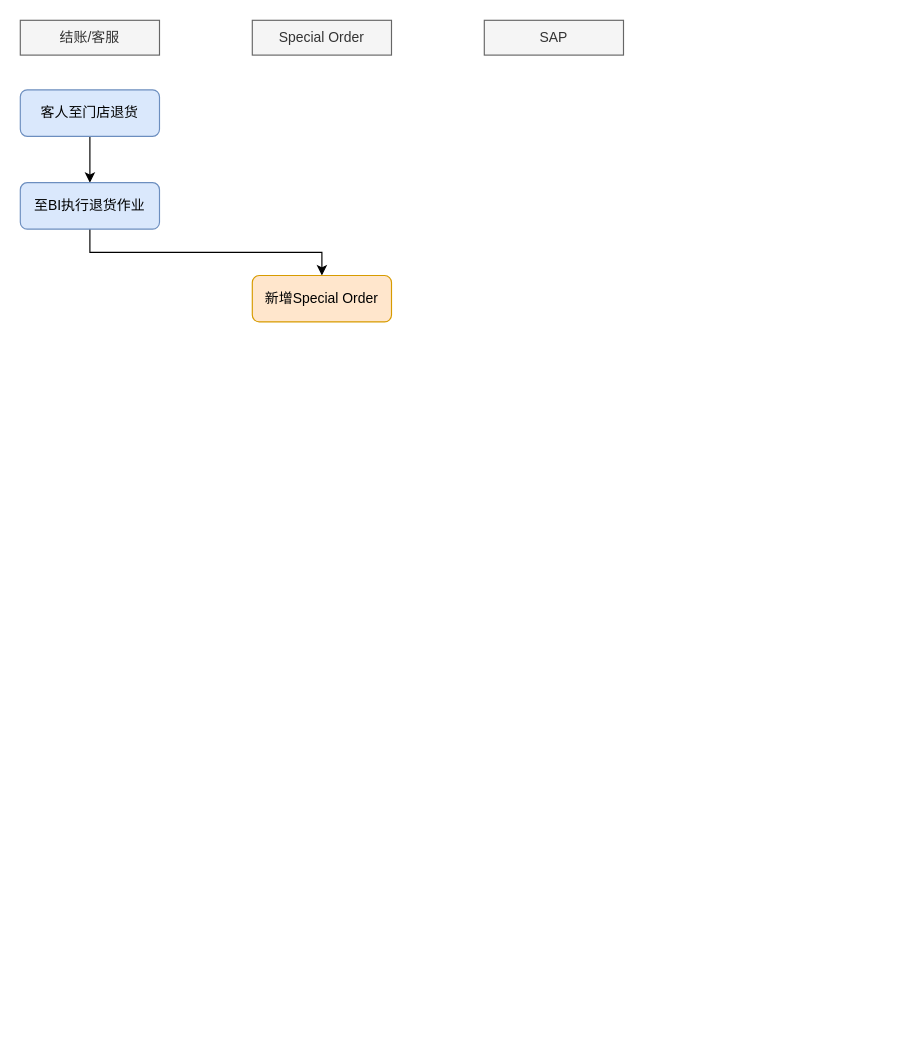
Earlier version of the draw.io diagram page "退货" (2 of 2) of Special Order.drawio (luss613/draw.io). Source tidied: cells renumbered, new cells numbered last; positions are measured from the earlier drawing's top-left corner, leaving out a move shared by most shapes. Both pictures are drawn from the tidied source at 116%, with x=0, y=0 at pixel (20, 20).
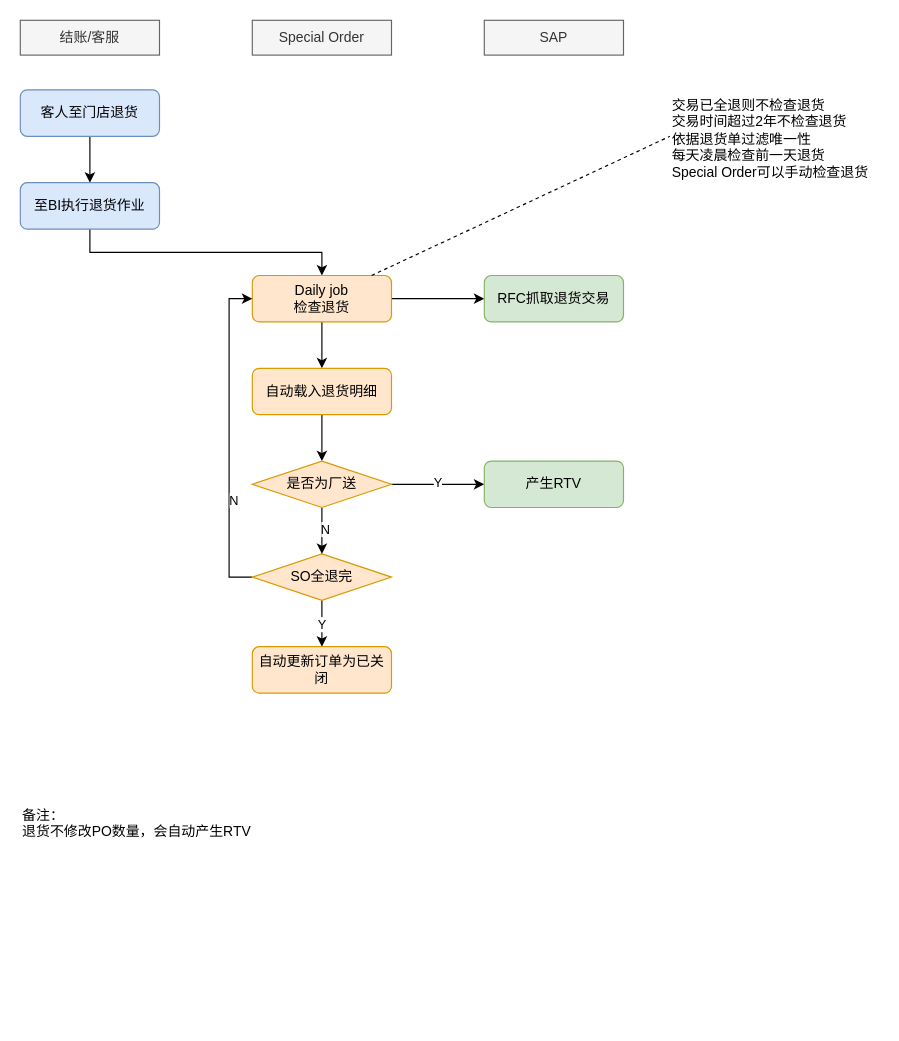
The same diagram, later.

Diff of the diagram source:
```diff
@@
+    <mxCell id="10" style="edgeStyle=orthogonalEdgeStyle;rounded=0;jettySize=auto;html=1;" parent="1" edge="1" source="6" target="12">
+      <mxGeometry relative="1" as="geometry" />
+    </mxCell>
+    <mxCell id="11" style="edgeStyle=orthogonalEdgeStyle;rounded=0;jettySize=auto;html=1;" parent="1" edge="1" source="6" target="18">
+      <mxGeometry relative="1" as="geometry" />
+    </mxCell>
-    <mxCell id="6" value="新增Special Order" style="rounded=1;whiteSpace=wrap;html=1;fontSize=12;glass=0;strokeWidth=1;shadow=0;fillColor=#ffe6cc;strokeColor=#d79b00;" parent="1" vertex="1">
+    <mxCell id="6" value="Daily job&lt;br&gt;检查退货" style="rounded=1;whiteSpace=wrap;html=1;fontSize=12;glass=0;strokeWidth=1;shadow=0;fillColor=#ffe6cc;strokeColor=#d79b00;" parent="1" vertex="1">
       <mxGeometry x="200" y="220" width="120" height="40" as="geometry" />
     </mxCell>
@@
+    <mxCell id="12" value="RFC抓取退货交易" style="rounded=1;whiteSpace=wrap;html=1;fontSize=12;glass=0;strokeWidth=1;shadow=0;fillColor=#d5e8d4;strokeColor=#82b366;" parent="1" vertex="1">
+      <mxGeometry x="400" y="220" width="120" height="40" as="geometry" />
+    </mxCell>
+    <mxCell id="13" value="交易已全退则不检查退货&lt;br&gt;交易时间超过2年不检查退货&lt;br&gt;依据退货单过滤唯一性&lt;br&gt;每天凌晨检查前一天退货&lt;br&gt;Special Order可以手动检查退货" style="text;html=1;strokeColor=none;fillColor=none;align=left;verticalAlign=top;whiteSpace=wrap;rounded=0;" parent="1" vertex="1">
+      <mxGeometry x="560" y="60" width="180" height="80" as="geometry" />
+    </mxCell>
+    <mxCell id="14" style="endArrow=none;dashed=1;html=1;entryX=0;entryY=0.5;entryDx=0;entryDy=0;" parent="1" edge="1" source="6" target="13">
+      <mxGeometry relative="1" as="geometry" />
+    </mxCell>
+    <mxCell id="15" style="edgeStyle=orthogonalEdgeStyle;rounded=0;jettySize=auto;html=1;exitX=1;exitY=0.5;exitDx=0;exitDy=0;" parent="1" edge="1" source="29" target="19">
+      <mxGeometry relative="1" as="geometry" />
+    </mxCell>
+    <mxCell id="16" value="Y" style="edgeLabel;html=1;align=center;verticalAlign=middle;" parent="15" vertex="1">
+      <mxGeometry x="-0.03" y="2" relative="1" as="geometry" />
+    </mxCell>
+    <mxCell id="17" style="edgeStyle=orthogonalEdgeStyle;rounded=0;jettySize=auto;html=1;" parent="1" edge="1" source="18" target="29">
+      <mxGeometry relative="1" as="geometry" />
+    </mxCell>
+    <mxCell id="18" value="自动载入退货明细" style="rounded=1;whiteSpace=wrap;html=1;fontSize=12;glass=0;strokeWidth=1;shadow=0;fillColor=#ffe6cc;strokeColor=#d79b00;" parent="1" vertex="1">
+      <mxGeometry x="200" y="300" width="120" height="40" as="geometry" />
+    </mxCell>
+    <mxCell id="19" value="产生RTV" style="rounded=1;whiteSpace=wrap;html=1;fontSize=12;glass=0;strokeWidth=1;shadow=0;fillColor=#d5e8d4;strokeColor=#82b366;" parent="1" vertex="1">
+      <mxGeometry x="400" y="380" width="120" height="40" as="geometry" />
+    </mxCell>
+    <mxCell id="20" value="备注：&lt;br&gt;退货不修改PO数量，会自动产生RTV" style="text;html=1;strokeColor=none;fillColor=none;align=left;verticalAlign=top;whiteSpace=wrap;rounded=0;" parent="1" vertex="1">
+      <mxGeometry y="672" width="520" height="190" as="geometry" />
+    </mxCell>
+    <mxCell id="21" style="edgeStyle=orthogonalEdgeStyle;rounded=0;jettySize=auto;html=1;" parent="1" edge="1" source="25" target="26">
+      <mxGeometry relative="1" as="geometry" />
+    </mxCell>
+    <mxCell id="22" value="Y" style="edgeLabel;html=1;align=center;verticalAlign=middle;" parent="21" vertex="1">
+      <mxGeometry y="-1" relative="1" as="geometry" />
+    </mxCell>
+    <mxCell id="23" style="edgeStyle=orthogonalEdgeStyle;rounded=0;jettySize=auto;html=1;entryX=0;entryY=0.5;entryDx=0;entryDy=0;exitX=0;exitY=0.5;exitDx=0;exitDy=0;" parent="1" edge="1" source="25" target="6">
+      <mxGeometry relative="1" as="geometry" />
+    </mxCell>
+    <mxCell id="24" value="N" style="edgeLabel;html=1;align=center;verticalAlign=middle;" parent="23" vertex="1">
+      <mxGeometry x="-0.38" y="-3" relative="1" as="geometry" />
+    </mxCell>
+    <mxCell id="25" value="SO全退完" style="rhombus;whiteSpace=wrap;html=1;fillColor=#ffe6cc;strokeColor=#d79b00;" parent="1" vertex="1">
+      <mxGeometry x="200" y="460" width="120" height="40" as="geometry" />
+    </mxCell>
+    <mxCell id="26" value="自动更新订单为已关闭" style="rounded=1;whiteSpace=wrap;html=1;fontSize=12;glass=0;strokeWidth=1;shadow=0;fillColor=#ffe6cc;strokeColor=#d79b00;" parent="1" vertex="1">
+      <mxGeometry x="200" y="540" width="120" height="40" as="geometry" />
+    </mxCell>
+    <mxCell id="27" style="edgeStyle=orthogonalEdgeStyle;rounded=0;jettySize=auto;html=1;" parent="1" edge="1" source="29" target="25">
+      <mxGeometry relative="1" as="geometry" />
+    </mxCell>
+    <mxCell id="28" value="N" style="edgeLabel;html=1;align=center;verticalAlign=middle;" parent="27" vertex="1">
+      <mxGeometry x="-0.1" y="2" relative="1" as="geometry" />
+    </mxCell>
+    <mxCell id="29" value="是否为厂送" style="rhombus;whiteSpace=wrap;html=1;fillColor=#ffe6cc;strokeColor=#d79b00;" parent="1" vertex="1">
+      <mxGeometry x="200" y="380" width="120" height="40" as="geometry" />
+    </mxCell>
```
